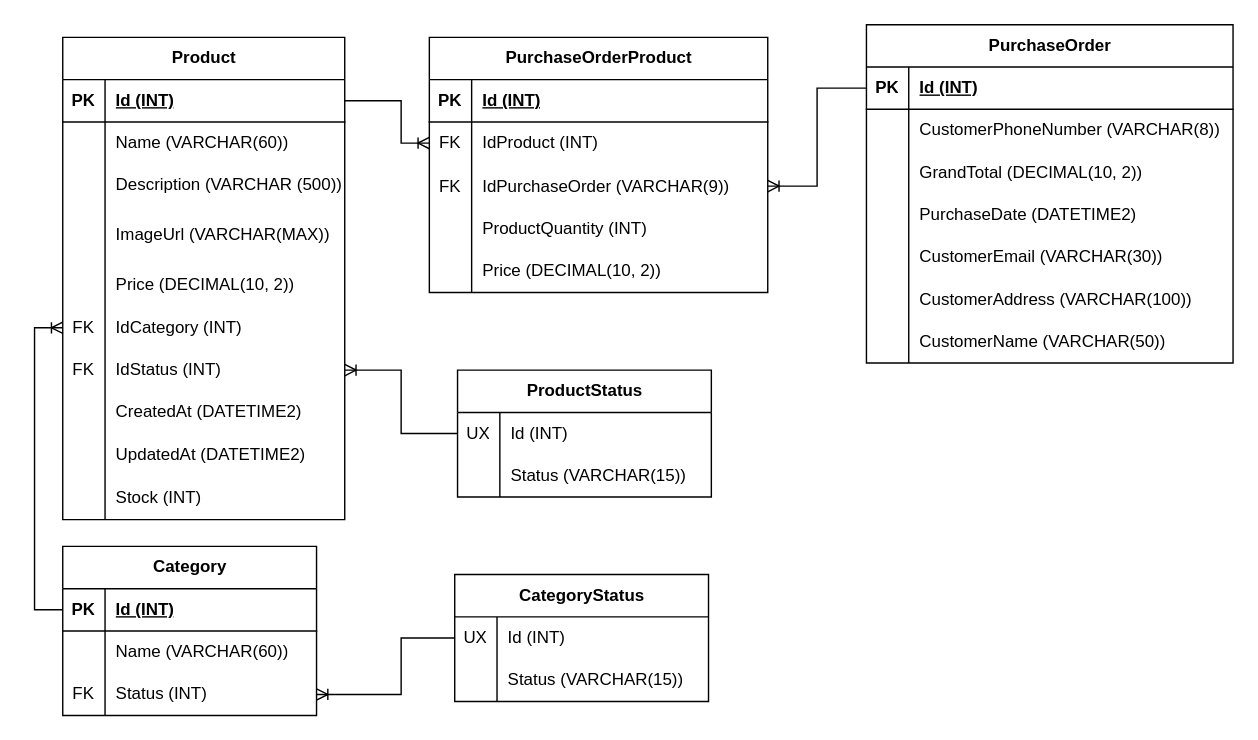
faucespe/Online_Store keeps this draw.io diagram as page "Page-1" (1 of 2) of StoreDB/diagrams/entity-relation.drawio. Above is the earlier version. Source tidied: cells renumbered, new cells numbered last; positions are measured from the earlier drawing's top-left corner, leaving out a move shared by most shapes. Both pictures are drawn from the tidied source at 141%, with x=0, y=0 at pixel (34, 24).
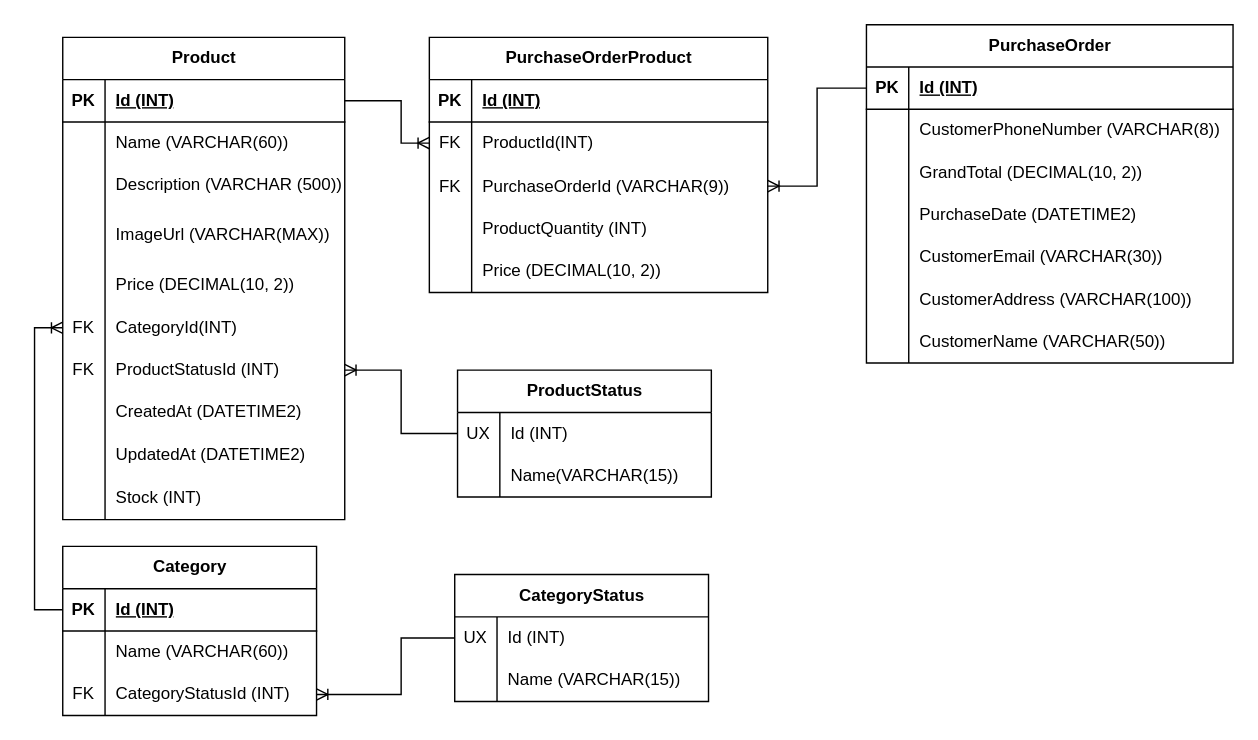
The same diagram, later.

The change refers to these unchanged cells:
```xml
<mxCell id="18" style="shape=tableRow;horizontal=0;startSize=0;swimlaneHead=0;swimlaneBody=0;fillColor=none;points=[[0,0.5],[1,0.5]];portConstraint=eastwest;top=0;left=0;right=0;bottom=0;" parent="2" vertex="1">
  <mxGeometry y="191" width="200" height="30" as="geometry" />
</mxCell>
<mxCell id="21" style="shape=tableRow;horizontal=0;startSize=0;swimlaneHead=0;swimlaneBody=0;fillColor=none;points=[[0,0.5],[1,0.5]];portConstraint=eastwest;top=0;left=0;right=0;bottom=0;" parent="2" vertex="1">
  <mxGeometry y="221" width="200" height="30" as="geometry" />
</mxCell>
<mxCell id="40" style="shape=tableRow;horizontal=0;startSize=0;swimlaneHead=0;swimlaneBody=0;fillColor=none;points=[[0,0.5],[1,0.5]];portConstraint=eastwest;top=0;left=0;right=0;bottom=0;" parent="33" vertex="1">
  <mxGeometry y="90" width="180" height="30" as="geometry" />
</mxCell>
<mxCell id="47" style="shape=tableRow;horizontal=0;startSize=0;swimlaneHead=0;swimlaneBody=0;fillColor=none;points=[[0,0.5],[1,0.5]];portConstraint=eastwest;top=0;left=0;right=0;bottom=0;" parent="43" vertex="1">
  <mxGeometry y="60" width="240" height="30" as="geometry" />
</mxCell>
<mxCell id="50" style="shape=tableRow;horizontal=0;startSize=0;swimlaneHead=0;swimlaneBody=0;fillColor=none;points=[[0,0.5],[1,0.5]];portConstraint=eastwest;top=0;left=0;right=0;bottom=0;" parent="43" vertex="1">
  <mxGeometry y="90" width="240" height="31" as="geometry" />
</mxCell>
<mxCell id="88" style="shape=tableRow;horizontal=0;startSize=0;swimlaneHead=0;swimlaneBody=0;fillColor=none;top=0;left=0;right=0;bottom=0;" parent="84" vertex="1">
  <mxGeometry y="60" width="180" height="30" as="geometry" />
</mxCell>
<mxCell id="95" style="shape=tableRow;horizontal=0;startSize=0;swimlaneHead=0;swimlaneBody=0;fillColor=none;top=0;left=0;right=0;bottom=0;" parent="91" vertex="1">
  <mxGeometry y="60" width="180" height="30" as="geometry" />
</mxCell>
```

Diff of the diagram source:
```diff
@@
-    <mxCell id="20" value="IdCategory (INT)" style="shape=partialRectangle;fillColor=none;top=0;left=0;bottom=0;right=0;align=left;spacingLeft=6;overflow=hidden;whiteSpace=wrap;html=1;" parent="18" vertex="1">
+    <mxCell id="20" value="CategoryId(INT)" style="shape=partialRectangle;fillColor=none;top=0;left=0;bottom=0;right=0;align=left;spacingLeft=6;overflow=hidden;whiteSpace=wrap;html=1;" parent="18" vertex="1">
       <mxGeometry x="30" width="170" height="30" as="geometry" />
     </mxCell>
@@
-    <mxCell id="23" value="IdStatus (INT)" style="shape=partialRectangle;fillColor=none;top=0;left=0;bottom=0;right=0;align=left;spacingLeft=6;overflow=hidden;whiteSpace=wrap;html=1;" parent="21" vertex="1">
+    <mxCell id="23" value="ProductStatusId (INT)" style="shape=partialRectangle;fillColor=none;top=0;left=0;bottom=0;right=0;align=left;spacingLeft=6;overflow=hidden;whiteSpace=wrap;html=1;" parent="21" vertex="1">
       <mxGeometry x="30" width="170" height="30" as="geometry" />
     </mxCell>
@@
-    <mxCell id="42" value="Status (INT)" style="shape=partialRectangle;fillColor=none;top=0;left=0;bottom=0;right=0;align=left;spacingLeft=6;overflow=hidden;whiteSpace=wrap;html=1;" parent="40" vertex="1">
+    <mxCell id="42" value="CategoryStatusId (INT)" style="shape=partialRectangle;fillColor=none;top=0;left=0;bottom=0;right=0;align=left;spacingLeft=6;overflow=hidden;whiteSpace=wrap;html=1;" parent="40" vertex="1">
       <mxGeometry x="30" width="150" height="30" as="geometry" />
     </mxCell>
@@
-    <mxCell id="49" value="IdProduct (INT)" style="shape=partialRectangle;fillColor=none;top=0;left=0;bottom=0;right=0;align=left;spacingLeft=6;overflow=hidden;whiteSpace=wrap;html=1;" parent="47" vertex="1">
+    <mxCell id="49" value="ProductId(INT)" style="shape=partialRectangle;fillColor=none;top=0;left=0;bottom=0;right=0;align=left;spacingLeft=6;overflow=hidden;whiteSpace=wrap;html=1;" parent="47" vertex="1">
       <mxGeometry x="30" width="210" height="30" as="geometry" />
     </mxCell>
@@
-    <mxCell id="52" value="IdPurchaseOrder (VARCHAR(9))" style="shape=partialRectangle;fillColor=none;top=0;left=0;bottom=0;right=0;align=left;spacingLeft=6;overflow=hidden;whiteSpace=wrap;html=1;" parent="50" vertex="1">
+    <mxCell id="52" value="PurchaseOrderId (VARCHAR(9))" style="shape=partialRectangle;fillColor=none;top=0;left=0;bottom=0;right=0;align=left;spacingLeft=6;overflow=hidden;whiteSpace=wrap;html=1;" parent="50" vertex="1">
       <mxGeometry x="30" width="210" height="31" as="geometry" />
     </mxCell>
@@
-    <mxCell id="90" value="Status (VARCHAR(15))" style="shape=partialRectangle;fillColor=none;top=0;left=0;bottom=0;right=0;align=left;spacingLeft=6;overflow=hidden;whiteSpace=wrap;html=1;" parent="88" vertex="1">
+    <mxCell id="90" value="Name(VARCHAR(15))" style="shape=partialRectangle;fillColor=none;top=0;left=0;bottom=0;right=0;align=left;spacingLeft=6;overflow=hidden;whiteSpace=wrap;html=1;" parent="88" vertex="1">
       <mxGeometry x="30" width="150" height="30" as="geometry" />
     </mxCell>
@@
-    <mxCell id="97" value="Status (VARCHAR(15))" style="shape=partialRectangle;fillColor=none;top=0;left=0;bottom=0;right=0;align=left;spacingLeft=6;overflow=hidden;whiteSpace=wrap;html=1;" parent="95" vertex="1">
+    <mxCell id="97" value="Name (VARCHAR(15))" style="shape=partialRectangle;fillColor=none;top=0;left=0;bottom=0;right=0;align=left;spacingLeft=6;overflow=hidden;whiteSpace=wrap;html=1;" parent="95" vertex="1">
       <mxGeometry x="30" width="150" height="30" as="geometry" />
     </mxCell>
```
